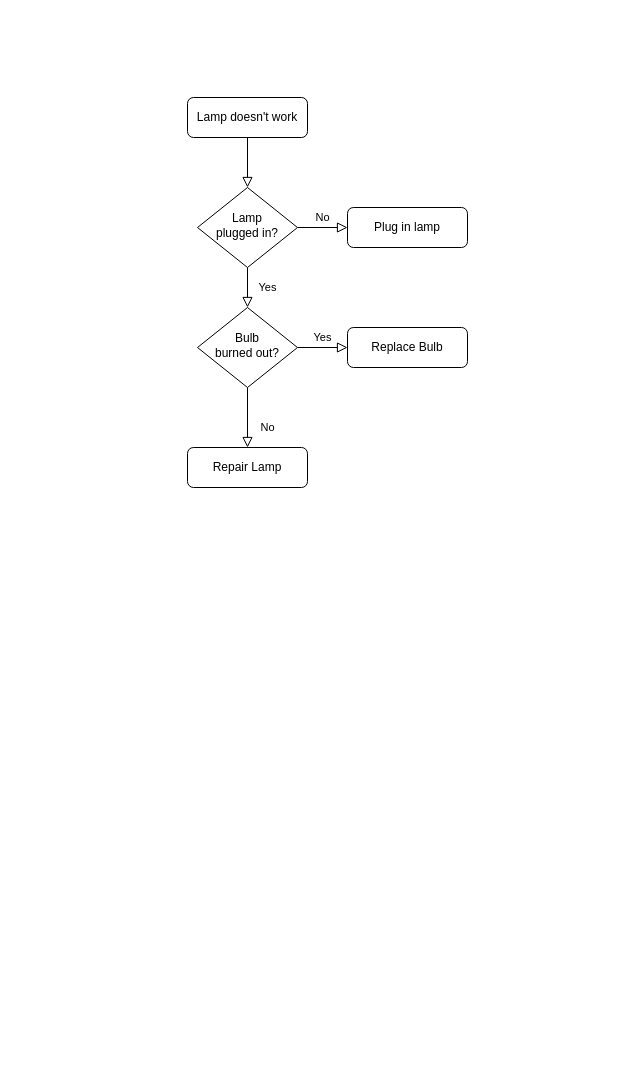
Above: Untitled Diagram.drawio in parthbhatti21/pythontask (draw.io), before the change. Source tidied: cells renumbered, new cells numbered last; positions are measured from the earlier drawing's top-left corner, leaving out a move shared by most shapes. Both pictures are drawn from the tidied source at 100%, with x=0, y=0 at pixel (187, 97).
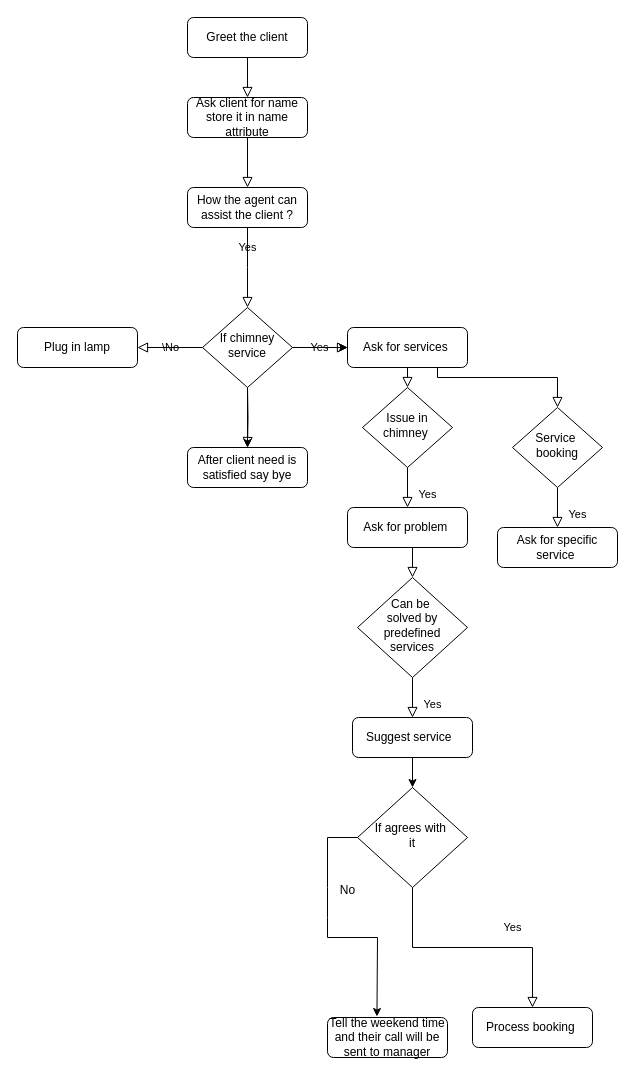
The same diagram, later.

What changed in the source:
```diff
@@
-    <mxCell id="2" style="rounded=0;html=1;jettySize=auto;fontSize=11;endArrow=block;endFill=0;endSize=8;strokeWidth=1;shadow=0;labelBackgroundColor=none;edgeStyle=orthogonalEdgeStyle;" parent="1" edge="1" source="3" target="6">
+    <mxCell id="2" style="rounded=0;html=1;jettySize=auto;fontSize=11;endArrow=block;endFill=0;endSize=8;strokeWidth=1;shadow=0;labelBackgroundColor=none;edgeStyle=orthogonalEdgeStyle;entryX=0.5;entryY=0;entryDx=0;entryDy=0;" parent="1" edge="1" source="3" target="15">
       <mxGeometry relative="1" as="geometry" />
     </mxCell>
-    <mxCell id="3" value="Lamp doesn't work" style="rounded=1;whiteSpace=wrap;html=1;fontSize=12;glass=0;strokeWidth=1;shadow=0;" parent="1" vertex="1">
+    <mxCell id="3" value="Ask client for name&lt;div&gt;store it in name attribute&lt;/div&gt;" style="rounded=1;whiteSpace=wrap;html=1;fontSize=12;glass=0;strokeWidth=1;shadow=0;" parent="1" vertex="1">
       <mxGeometry width="120" height="40" as="geometry" />
     </mxCell>
-    <mxCell id="4" value="Yes" style="rounded=0;html=1;jettySize=auto;fontSize=11;endArrow=block;endFill=0;endSize=8;strokeWidth=1;shadow=0;labelBackgroundColor=none;edgeStyle=orthogonalEdgeStyle;" parent="1" edge="1" source="6" target="10">
-      <mxGeometry y="20" relative="1" as="geometry" />
+    <mxCell id="4" value="Yes" style="rounded=0;html=1;jettySize=auto;fontSize=11;endArrow=block;endFill=0;endSize=8;strokeWidth=1;shadow=0;labelBackgroundColor=none;edgeStyle=orthogonalEdgeStyle;exitX=0.5;exitY=1;exitDx=0;exitDy=0;" parent="1" edge="1" source="15">
+      <mxGeometry y="20" relative="1" as="geometry">
+        <mxPoint x="60" y="210" as="targetPoint" />
+      </mxGeometry>
     </mxCell>
-    <mxCell id="5" value="No" style="edgeStyle=orthogonalEdgeStyle;rounded=0;html=1;jettySize=auto;fontSize=11;endArrow=block;endFill=0;endSize=8;strokeWidth=1;shadow=0;labelBackgroundColor=none;" parent="1" edge="1" source="6" target="7">
-      <mxGeometry y="10" relative="1" as="geometry" />
-    </mxCell>
+    <mxCell id="13" style="edgeStyle=orthogonalEdgeStyle;rounded=0;jettySize=auto;html=1;" parent="1" edge="1" source="6" target="12">
+      <mxGeometry relative="1" as="geometry" />
+    </mxCell>
+    <mxCell id="14" style="edgeStyle=orthogonalEdgeStyle;rounded=0;jettySize=auto;html=1;" parent="1" edge="1" source="6" target="11">
+      <mxGeometry relative="1" as="geometry" />
+    </mxCell>
-    <mxCell id="6" value="Lamp&lt;br&gt;plugged in?" style="rhombus;whiteSpace=wrap;html=1;shadow=0;fontFamily=Helvetica;fontSize=12;align=center;strokeWidth=1;spacing=6;spacingTop=-4;" parent="1" vertex="1">
-      <mxGeometry x="10" y="90" width="100" height="80" as="geometry" />
+    <mxCell id="6" value="If chimney service" style="rhombus;whiteSpace=wrap;html=1;shadow=0;fontFamily=Helvetica;fontSize=12;align=center;strokeWidth=1;spacing=6;spacingTop=-4;" parent="1" vertex="1">
+      <mxGeometry x="15" y="210" width="90" height="80" as="geometry" />
     </mxCell>
     <mxCell id="7" value="Plug in lamp" style="rounded=1;whiteSpace=wrap;html=1;fontSize=12;glass=0;strokeWidth=1;shadow=0;" parent="1" vertex="1">
-      <mxGeometry x="160" y="110" width="120" height="40" as="geometry" />
+      <mxGeometry x="-170" y="230" width="120" height="40" as="geometry" />
     </mxCell>
-    <mxCell id="8" value="No" style="rounded=0;html=1;jettySize=auto;fontSize=11;endArrow=block;endFill=0;endSize=8;strokeWidth=1;shadow=0;labelBackgroundColor=none;edgeStyle=orthogonalEdgeStyle;" parent="1" edge="1" source="10" target="11">
-      <mxGeometry x="0.33" y="20" relative="1" as="geometry" />
+    <mxCell id="8" style="rounded=0;html=1;jettySize=auto;fontSize=11;endArrow=block;endFill=0;endSize=8;strokeWidth=1;shadow=0;labelBackgroundColor=none;edgeStyle=orthogonalEdgeStyle;" parent="1" edge="1" target="11">
+      <mxGeometry x="0.32" y="20" relative="1" as="geometry">
+        <mxPoint x="60" y="290" as="sourcePoint" />
+      </mxGeometry>
     </mxCell>
-    <mxCell id="9" value="Yes" style="edgeStyle=orthogonalEdgeStyle;rounded=0;html=1;jettySize=auto;fontSize=11;endArrow=block;endFill=0;endSize=8;strokeWidth=1;shadow=0;labelBackgroundColor=none;" parent="1" edge="1" source="10" target="12">
-      <mxGeometry y="10" relative="1" as="geometry" />
+    <mxCell id="9" value="Yes" style="edgeStyle=orthogonalEdgeStyle;rounded=0;html=1;jettySize=auto;fontSize=11;endArrow=block;endFill=0;endSize=8;strokeWidth=1;shadow=0;labelBackgroundColor=none;exitX=1;exitY=0.5;exitDx=0;exitDy=0;" parent="1" edge="1" source="6" target="12">
+      <mxGeometry x="-0.01" relative="1" as="geometry" />
     </mxCell>
-    <mxCell id="10" value="Bulb&lt;br&gt;burned out?" style="rhombus;whiteSpace=wrap;html=1;shadow=0;fontFamily=Helvetica;fontSize=12;align=center;strokeWidth=1;spacing=6;spacingTop=-4;" parent="1" vertex="1">
-      <mxGeometry x="10" y="210" width="100" height="80" as="geometry" />
-    </mxCell>
-    <mxCell id="11" value="Repair Lamp" style="rounded=1;whiteSpace=wrap;html=1;fontSize=12;glass=0;strokeWidth=1;shadow=0;" parent="1" vertex="1">
+    <mxCell id="11" value="After client need is satisfied say bye" style="rounded=1;whiteSpace=wrap;html=1;fontSize=12;glass=0;strokeWidth=1;shadow=0;" parent="1" vertex="1">
       <mxGeometry y="350" width="120" height="40" as="geometry" />
     </mxCell>
-    <mxCell id="12" value="Replace Bulb" style="rounded=1;whiteSpace=wrap;html=1;fontSize=12;glass=0;strokeWidth=1;shadow=0;" parent="1" vertex="1">
+    <mxCell id="12" value="Ask for services&amp;nbsp;" style="rounded=1;whiteSpace=wrap;html=1;fontSize=12;glass=0;strokeWidth=1;shadow=0;" parent="1" vertex="1">
       <mxGeometry x="160" y="230" width="120" height="40" as="geometry" />
     </mxCell>
+    <mxCell id="15" value="How the agent can assist the client ?" style="rounded=1;whiteSpace=wrap;html=1;fontSize=12;glass=0;strokeWidth=1;shadow=0;" parent="1" vertex="1">
+      <mxGeometry y="90" width="120" height="40" as="geometry" />
+    </mxCell>
+    <mxCell id="16" value="\No" style="edgeStyle=orthogonalEdgeStyle;rounded=0;html=1;jettySize=auto;fontSize=11;endArrow=block;endFill=0;endSize=8;strokeWidth=1;shadow=0;labelBackgroundColor=none;exitX=0;exitY=0.5;exitDx=0;exitDy=0;entryX=1;entryY=0.5;entryDx=0;entryDy=0;" parent="1" edge="1" source="6" target="7">
+      <mxGeometry x="-0.01" relative="1" as="geometry" />
+    </mxCell>
+    <mxCell id="17" value="Yes" style="rounded=0;html=1;jettySize=auto;fontSize=11;endArrow=block;endFill=0;endSize=8;strokeWidth=1;shadow=0;labelBackgroundColor=none;edgeStyle=orthogonalEdgeStyle;entryX=0.5;entryY=0;entryDx=0;entryDy=0;exitX=0.5;exitY=1;exitDx=0;exitDy=0;" parent="1" edge="1" source="19" target="18">
+      <mxGeometry x="0.33" y="20" relative="1" as="geometry" />
+    </mxCell>
+    <mxCell id="18" value="Ask for problem&amp;nbsp;" style="rounded=1;whiteSpace=wrap;html=1;fontSize=12;glass=0;strokeWidth=1;shadow=0;" parent="1" vertex="1">
+      <mxGeometry x="160" y="410" width="120" height="40" as="geometry" />
+    </mxCell>
+    <mxCell id="19" value="Issue in chimney&amp;nbsp;" style="rhombus;whiteSpace=wrap;html=1;shadow=0;fontFamily=Helvetica;fontSize=12;align=center;strokeWidth=1;spacing=6;spacingTop=-4;" parent="1" vertex="1">
+      <mxGeometry x="175" y="290" width="90" height="80" as="geometry" />
+    </mxCell>
+    <mxCell id="20" style="rounded=0;html=1;jettySize=auto;fontSize=11;endArrow=block;endFill=0;endSize=8;strokeWidth=1;shadow=0;labelBackgroundColor=none;edgeStyle=orthogonalEdgeStyle;exitX=0.5;exitY=1;exitDx=0;exitDy=0;" parent="1" edge="1" source="12">
+      <mxGeometry x="0.33" y="20" relative="1" as="geometry">
+        <mxPoint x="220" y="290" as="targetPoint" />
+      </mxGeometry>
+    </mxCell>
+    <mxCell id="21" value="Greet the client" style="rounded=1;whiteSpace=wrap;html=1;fontSize=12;glass=0;strokeWidth=1;shadow=0;" parent="1" vertex="1">
+      <mxGeometry y="-80" width="120" height="40" as="geometry" />
+    </mxCell>
+    <mxCell id="22" style="rounded=0;html=1;jettySize=auto;fontSize=11;endArrow=block;endFill=0;endSize=8;strokeWidth=1;shadow=0;labelBackgroundColor=none;edgeStyle=orthogonalEdgeStyle;entryX=0.5;entryY=0;entryDx=0;entryDy=0;exitX=0.5;exitY=1;exitDx=0;exitDy=0;" parent="1" edge="1" source="21" target="3">
+      <mxGeometry relative="1" as="geometry" />
+    </mxCell>
+    <mxCell id="23" value="Yes" style="rounded=0;html=1;jettySize=auto;fontSize=11;endArrow=block;endFill=0;endSize=8;strokeWidth=1;shadow=0;labelBackgroundColor=none;edgeStyle=orthogonalEdgeStyle;entryX=0.5;entryY=0;entryDx=0;entryDy=0;exitX=0.5;exitY=1;exitDx=0;exitDy=0;" parent="1" edge="1" source="25" target="24">
+      <mxGeometry x="0.33" y="20" relative="1" as="geometry" />
+    </mxCell>
+    <mxCell id="24" value="Ask for specific service&amp;nbsp;" style="rounded=1;whiteSpace=wrap;html=1;fontSize=12;glass=0;strokeWidth=1;shadow=0;" parent="1" vertex="1">
+      <mxGeometry x="310" y="430" width="120" height="40" as="geometry" />
+    </mxCell>
+    <mxCell id="25" value="Service&amp;nbsp;&lt;div&gt;booking&lt;/div&gt;" style="rhombus;whiteSpace=wrap;html=1;shadow=0;fontFamily=Helvetica;fontSize=12;align=center;strokeWidth=1;spacing=6;spacingTop=-4;" parent="1" vertex="1">
+      <mxGeometry x="325" y="310" width="90" height="80" as="geometry" />
+    </mxCell>
+    <mxCell id="26" style="rounded=0;html=1;jettySize=auto;fontSize=11;endArrow=block;endFill=0;endSize=8;strokeWidth=1;shadow=0;labelBackgroundColor=none;edgeStyle=orthogonalEdgeStyle;exitX=0.75;exitY=1;exitDx=0;exitDy=0;entryX=0.5;entryY=0;entryDx=0;entryDy=0;" parent="1" edge="1" source="12" target="25">
+      <mxGeometry x="0.33" y="20" relative="1" as="geometry">
+        <Array as="points">
+          <mxPoint x="250" y="280" />
+          <mxPoint x="370" y="280" />
+        </Array>
+      </mxGeometry>
+    </mxCell>
+    <mxCell id="27" value="Yes" style="rounded=0;html=1;jettySize=auto;fontSize=11;endArrow=block;endFill=0;endSize=8;strokeWidth=1;shadow=0;labelBackgroundColor=none;edgeStyle=orthogonalEdgeStyle;entryX=0.5;entryY=0;entryDx=0;entryDy=0;exitX=0.5;exitY=1;exitDx=0;exitDy=0;" parent="1" edge="1" source="29" target="28">
+      <mxGeometry x="0.33" y="20" relative="1" as="geometry" />
+    </mxCell>
+    <mxCell id="28" value="Suggest service&amp;nbsp;&amp;nbsp;" style="rounded=1;whiteSpace=wrap;html=1;fontSize=12;glass=0;strokeWidth=1;shadow=0;" parent="1" vertex="1">
+      <mxGeometry x="165" y="620" width="120" height="40" as="geometry" />
+    </mxCell>
+    <mxCell id="29" value="Can be&amp;nbsp;&lt;div&gt;solved by predefined services&lt;/div&gt;" style="rhombus;whiteSpace=wrap;html=1;shadow=0;fontFamily=Helvetica;fontSize=12;align=center;strokeWidth=1;spacing=6;spacingTop=-4;" parent="1" vertex="1">
+      <mxGeometry x="170" y="480" width="110" height="100" as="geometry" />
+    </mxCell>
+    <mxCell id="30" style="rounded=0;html=1;jettySize=auto;fontSize=11;endArrow=block;endFill=0;endSize=8;strokeWidth=1;shadow=0;labelBackgroundColor=none;edgeStyle=orthogonalEdgeStyle;entryX=0.5;entryY=0;entryDx=0;entryDy=0;exitX=0.5;exitY=1;exitDx=0;exitDy=0;" parent="1" edge="1" source="18" target="29">
+      <mxGeometry x="0.33" y="20" relative="1" as="geometry" />
+    </mxCell>
+    <mxCell id="31" value="Yes" style="rounded=0;html=1;jettySize=auto;fontSize=11;endArrow=block;endFill=0;endSize=8;strokeWidth=1;shadow=0;labelBackgroundColor=none;edgeStyle=orthogonalEdgeStyle;entryX=0.5;entryY=0;entryDx=0;entryDy=0;exitX=0.5;exitY=1;exitDx=0;exitDy=0;" parent="1" edge="1" source="33" target="32">
+      <mxGeometry x="0.33" y="20" relative="1" as="geometry" />
+    </mxCell>
+    <mxCell id="32" value="Process booking&amp;nbsp;" style="rounded=1;whiteSpace=wrap;html=1;fontSize=12;glass=0;strokeWidth=1;shadow=0;" parent="1" vertex="1">
+      <mxGeometry x="285" y="910" width="120" height="40" as="geometry" />
+    </mxCell>
+    <mxCell id="33" value="If agrees with&amp;nbsp;&lt;div&gt;it&lt;/div&gt;" style="rhombus;whiteSpace=wrap;html=1;shadow=0;fontFamily=Helvetica;fontSize=12;align=center;strokeWidth=1;spacing=6;spacingTop=-4;" parent="1" vertex="1">
+      <mxGeometry x="170" y="690" width="110" height="100" as="geometry" />
+    </mxCell>
+    <mxCell id="34" style="endArrow=classic;html=1;rounded=0;entryX=0.5;entryY=0;entryDx=0;entryDy=0;exitX=0.5;exitY=1;exitDx=0;exitDy=0;" parent="1" edge="1" source="28" target="33">
+      <mxGeometry relative="1" as="geometry" />
+    </mxCell>
+    <mxCell id="35" value="Tell the weekend time&lt;div&gt;and their call will be sent to manager&lt;/div&gt;" style="rounded=1;whiteSpace=wrap;html=1;fontSize=12;glass=0;strokeWidth=1;shadow=0;" parent="1" vertex="1">
+      <mxGeometry x="140" y="920" width="120" height="40" as="geometry" />
+    </mxCell>
+    <mxCell id="36" style="endArrow=classic;html=1;rounded=0;entryX=0.412;entryY=-0.025;entryDx=0;entryDy=0;entryPerimeter=0;exitX=0;exitY=0.5;exitDx=0;exitDy=0;" parent="1" edge="1" source="33" target="35">
+      <mxGeometry relative="1" as="geometry">
+        <Array as="points">
+          <mxPoint x="140" y="740" />
+          <mxPoint x="140" y="790" />
+          <mxPoint x="140" y="820" />
+          <mxPoint x="140" y="840" />
+          <mxPoint x="190" y="840" />
+        </Array>
+      </mxGeometry>
+    </mxCell>
+    <mxCell id="5" value="No" style="text;html=1;align=center;verticalAlign=middle;strokeColor=none;fillColor=none;" parent="1" vertex="1">
+      <mxGeometry x="140" y="778" width="40" height="30" as="geometry" />
+    </mxCell>
```
